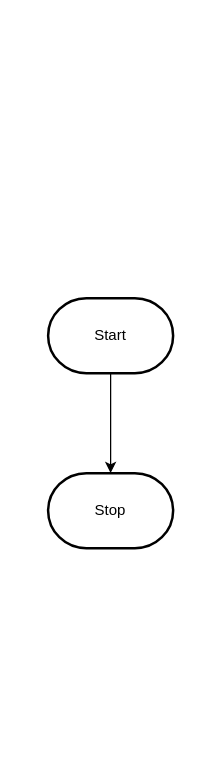
Before: design/flowchart.drawio in MTHS-ICD2O-1-2023/ICD2O-Unit-3-04-kai-nguyen-4, a draw.io diagram. Source tidied: cells renumbered, new cells numbered last; positions are measured from the earlier drawing's top-left corner, leaving out a move shared by most shapes. Both pictures are drawn from the tidied source at 125%, with x=0, y=0 at pixel (48, 298).
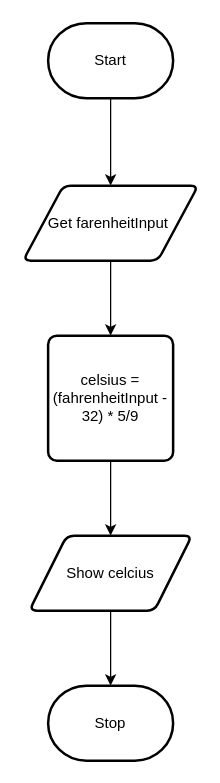
Above is the later version.

The edit, as a diff of the source:
```diff
@@
 <mxGraphModel>
   <root>
     <mxCell id="0" />
     <mxCell id="1" parent="0" />
-    <mxCell id="2" style="edgeStyle=orthogonalEdgeStyle;html=1;rounded=0;" parent="1" edge="1" source="3" target="4">
-      <mxGeometry relative="1" as="geometry" />
-    </mxCell>
+    <mxCell id="5" style="edgeStyle=none;html=1;" parent="1" edge="1" source="3" target="2">
+      <mxGeometry relative="1" as="geometry" />
+    </mxCell>
     <mxCell id="3" value="Start" style="strokeWidth=2;html=1;shape=mxgraph.flowchart.terminator;whiteSpace=wrap;" parent="1" vertex="1">
-      <mxGeometry width="100" height="60" as="geometry" />
+      <mxGeometry y="-220" width="100" height="60" as="geometry" />
     </mxCell>
     <mxCell id="4" value="Stop" style="strokeWidth=2;html=1;shape=mxgraph.flowchart.terminator;whiteSpace=wrap;" parent="1" vertex="1">
-      <mxGeometry y="140" width="100" height="60" as="geometry" />
+      <mxGeometry y="310" width="100" height="60" as="geometry" />
     </mxCell>
+    <mxCell id="6" style="edgeStyle=none;html=1;" parent="1" edge="1" source="2" target="8">
+      <mxGeometry relative="1" as="geometry" />
+    </mxCell>
+    <mxCell id="2" value="Get farenheitInput&amp;nbsp;" style="shape=parallelogram;html=1;strokeWidth=2;perimeter=parallelogramPerimeter;whiteSpace=wrap;rounded=1;arcSize=12;size=0.23;" parent="1" vertex="1">
+      <mxGeometry x="-20" y="-90" width="140" height="60" as="geometry" />
+    </mxCell>
+    <mxCell id="7" style="edgeStyle=none;html=1;" parent="1" edge="1" source="8" target="10">
+      <mxGeometry relative="1" as="geometry" />
+    </mxCell>
+    <mxCell id="8" value="celsius = (fahrenheitInput - 32) * 5/9" style="rounded=1;whiteSpace=wrap;html=1;absoluteArcSize=1;arcSize=14;strokeWidth=2;" parent="1" vertex="1">
+      <mxGeometry y="30" width="100" height="100" as="geometry" />
+    </mxCell>
+    <mxCell id="9" style="edgeStyle=none;html=1;" parent="1" edge="1" source="10" target="4">
+      <mxGeometry relative="1" as="geometry" />
+    </mxCell>
+    <mxCell id="10" value="Show celcius" style="shape=parallelogram;html=1;strokeWidth=2;perimeter=parallelogramPerimeter;whiteSpace=wrap;rounded=1;arcSize=12;size=0.23;" parent="1" vertex="1">
+      <mxGeometry x="-15" y="190" width="130" height="60" as="geometry" />
+    </mxCell>
   </root>
 </mxGraphModel>
```
